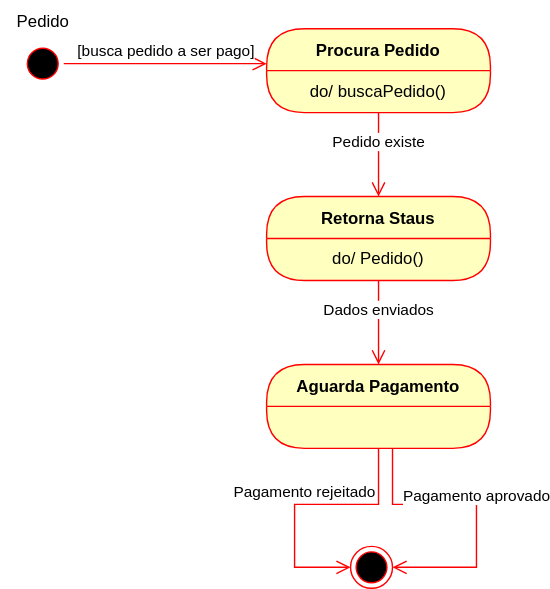
Earlier version of the draw.io export img/LoginEstado.drawio.svg (EveSantana/Salute). Source tidied: cells renumbered, new cells last; positions are measured from the earlier drawing's top-left corner, leaving out a move shared by most shapes.
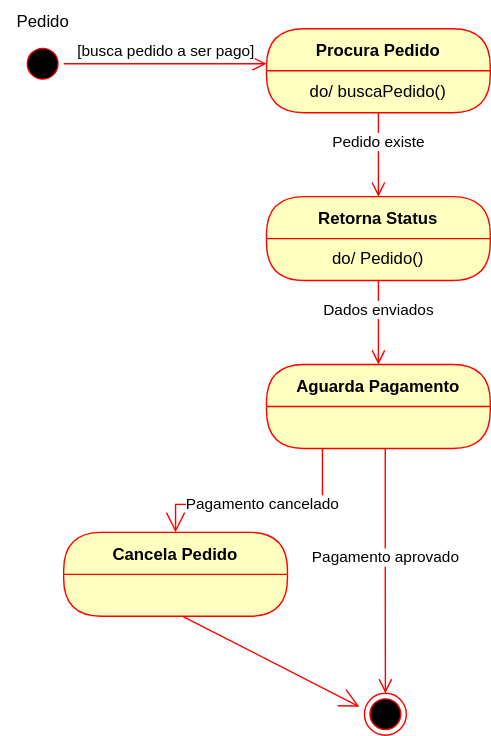
The same diagram one commit later.

The edit, as a diff of the source:
```diff
@@ -27,7 +27,7 @@
         <mxPoint x="270" y="140" as="targetPoint" />
       </mxGeometry>
     </mxCell>
-    <mxCell id="8" value="Retorna Staus" style="swimlane;fontStyle=1;align=center;verticalAlign=middle;horizontal=1;startSize=30;fontColor=#000000;rounded=1;arcSize=30;strokeColor=#ff0000;fillColor=#ffffc0;swimlaneFillColor=#ffffc0;" parent="1" vertex="1">
+    <mxCell id="8" value="Retorna Status" style="swimlane;fontStyle=1;align=center;verticalAlign=middle;horizontal=1;startSize=30;fontColor=#000000;rounded=1;arcSize=30;strokeColor=#ff0000;fillColor=#ffffc0;swimlaneFillColor=#ffffc0;" parent="1" vertex="1">
       <mxGeometry x="190" y="140" width="160" height="60" as="geometry" />
     </mxCell>
     <mxCell id="9" value="do/ Pedido()" style="text;html=1;strokeColor=none;fillColor=none;align=center;verticalAlign=middle;spacingLeft=4;spacingRight=4;whiteSpace=wrap;overflow=hidden;fontColor=#000000;" parent="8" vertex="1">
@@ -39,29 +39,35 @@
       </mxGeometry>
     </mxCell>
     <mxCell id="11" style="ellipse;html=1;shape=endState;fillColor=#000000;strokeColor=#ff0000;" parent="1" vertex="1">
-      <mxGeometry x="250" y="390" width="30" height="30" as="geometry" />
+      <mxGeometry x="260" y="495" width="30" height="30" as="geometry" />
     </mxCell>
     <mxCell id="12" value="Aguarda Pagamento" style="swimlane;fontStyle=1;align=center;verticalAlign=middle;horizontal=1;startSize=30;fontColor=#000000;rounded=1;arcSize=30;strokeColor=#ff0000;fillColor=#ffffc0;swimlaneFillColor=#ffffc0;" parent="1" vertex="1">
       <mxGeometry x="190" y="260" width="160" height="60" as="geometry" />
     </mxCell>
-    <mxCell id="13" value="Pagamento rejeitado" style="edgeStyle=orthogonalEdgeStyle;html=1;verticalAlign=bottom;endArrow=open;endSize=8;strokeColor=#ff0000;rounded=0;entryX=0;entryY=0.5;entryDx=0;entryDy=0;" parent="1" edge="1" source="12" target="11">
-      <mxGeometry relative="1" as="geometry">
-        <Array as="points">
-          <mxPoint x="270" y="360" />
-          <mxPoint x="210" y="360" />
-          <mxPoint x="210" y="405" />
-        </Array>
-      </mxGeometry>
-    </mxCell>
-    <mxCell id="14" value="Pagamento aprovado" style="edgeStyle=orthogonalEdgeStyle;html=1;verticalAlign=bottom;endArrow=open;endSize=8;strokeColor=#ff0000;rounded=0;entryX=1;entryY=0.5;entryDx=0;entryDy=0;" parent="1" edge="1" target="11">
+    <mxCell id="14" value="Pagamento aprovado" style="edgeStyle=orthogonalEdgeStyle;html=1;verticalAlign=bottom;endArrow=open;endSize=8;strokeColor=#ff0000;rounded=0;entryX=0.5;entryY=0;entryDx=0;entryDy=0;" parent="1" edge="1" target="11">
       <mxGeometry relative="1" as="geometry">
-        <mxPoint x="280" y="320" as="sourcePoint" />
+        <mxPoint x="274.9" y="320" as="sourcePoint" />
         <Array as="points">
-          <mxPoint x="280" y="360" />
-          <mxPoint x="340" y="360" />
-          <mxPoint x="340" y="405" />
+          <mxPoint x="275" y="420" />
+          <mxPoint x="275" y="420" />
         </Array>
       </mxGeometry>
     </mxCell>
+    <mxCell id="15" value="Cancela Pedido" style="swimlane;fontStyle=1;align=center;verticalAlign=middle;horizontal=1;startSize=30;fontColor=#000000;rounded=1;arcSize=30;strokeColor=#ff0000;fillColor=#ffffc0;swimlaneFillColor=#ffffc0;" parent="1" vertex="1">
+      <mxGeometry x="45" y="380" width="160" height="60" as="geometry" />
+    </mxCell>
+    <mxCell id="16" value="Pagamento cancelado" style="endArrow=open;endFill=1;endSize=12;html=1;rounded=0;strokeColor=#FF0000;exitX=0.25;exitY=1;exitDx=0;exitDy=0;entryX=0.5;entryY=0;entryDx=0;entryDy=0;" parent="1" edge="1" source="12" target="15">
+      <mxGeometry relative="1" as="geometry">
+        <Array as="points">
+          <mxPoint x="230" y="360" />
+          <mxPoint x="125" y="360" />
+        </Array>
+      </mxGeometry>
+    </mxCell>
+    <mxCell id="17" style="endArrow=open;endFill=1;endSize=12;html=1;rounded=0;strokeColor=#FF0000;entryX=-0.118;entryY=0.321;entryDx=0;entryDy=0;entryPerimeter=0;" parent="1" edge="1" target="11">
+      <mxGeometry relative="1" as="geometry">
+        <mxPoint x="130" y="440" as="sourcePoint" />
+      </mxGeometry>
+    </mxCell>
   </root>
 </mxGraphModel>
```
